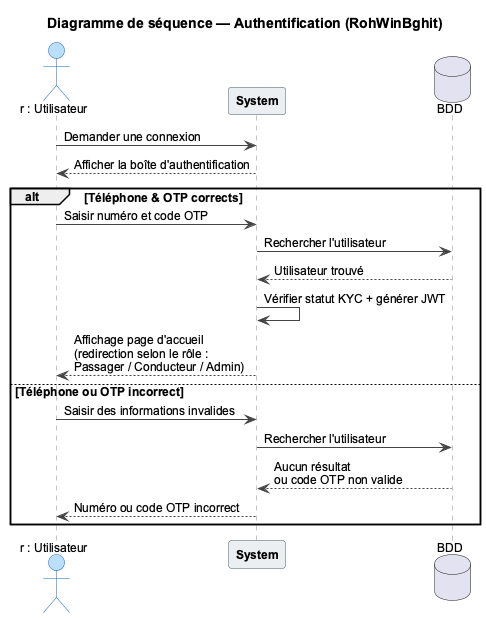
This is figures/fig_sequence_authentification.png from Belhormamohamed13/Memiore_RohWinBghit, a PlantUML export, as it was before one commit. The source it was exported from:
```plantuml
@startuml fig_sequence_authentification
skinparam DefaultFontName Arial
skinparam DefaultFontSize 12
skinparam shadowing false
skinparam sequence {
  ArrowColor #444444
  ActorBorderColor #1565C0
  ActorBackgroundColor #BBDEFB
  LifeLineBorderColor #888888
  ParticipantBorderColor #455A64
  ParticipantBackgroundColor #ECEFF1
  ParticipantFontStyle bold
  DatabaseBorderColor #F9A825
  DatabaseBackgroundColor #FFF9C4
}

title Diagramme de séquence — Authentification (RohWinBghit)

actor "r : Utilisateur" as U
participant "System" as S
database "BDD" as DB

U -> S : Demander une connexion
S --> U : Afficher la boîte d'authentification

alt Téléphone & OTP corrects
  U -> S : Saisir numéro et code OTP
  S -> DB : Rechercher l'utilisateur
  DB --> S : Utilisateur trouvé
  S -> S : Vérifier statut KYC + générer JWT
  S --> U : Affichage page d'accueil\n(redirection selon le rôle :\nPassager / Conducteur / Admin)
else Téléphone ou OTP incorrect
  U -> S : Saisir des informations invalides
  S -> DB : Rechercher l'utilisateur
  DB --> S : Aucun résultat\nou code OTP non valide
  S --> U : Numéro ou code OTP incorrect
end

@enduml
```
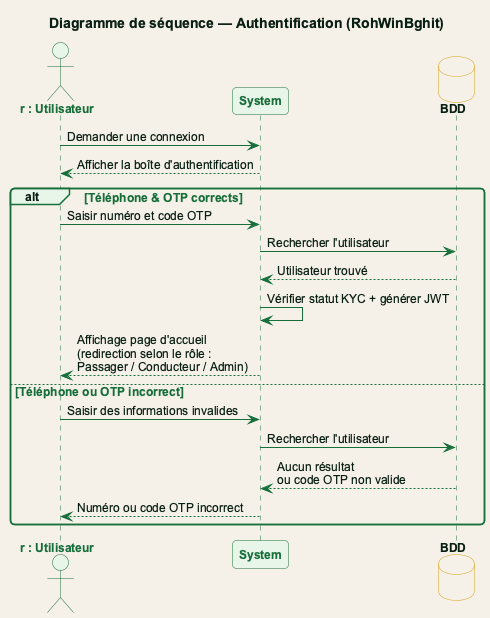
Above is the later version.

Change to the diagram source:
```diff
@@ -1,18 +1,5 @@
 @startuml fig_sequence_authentification
-skinparam DefaultFontName Arial
-skinparam DefaultFontSize 12
-skinparam shadowing false
-skinparam sequence {
-  ArrowColor #444444
-  ActorBorderColor #1565C0
-  ActorBackgroundColor #BBDEFB
-  LifeLineBorderColor #888888
-  ParticipantBorderColor #455A64
-  ParticipantBackgroundColor #ECEFF1
-  ParticipantFontStyle bold
-  DatabaseBorderColor #F9A825
-  DatabaseBackgroundColor #FFF9C4
-}
+!include theme_rohwinbghit.puml
 
 title Diagramme de séquence — Authentification (RohWinBghit)
 
```
